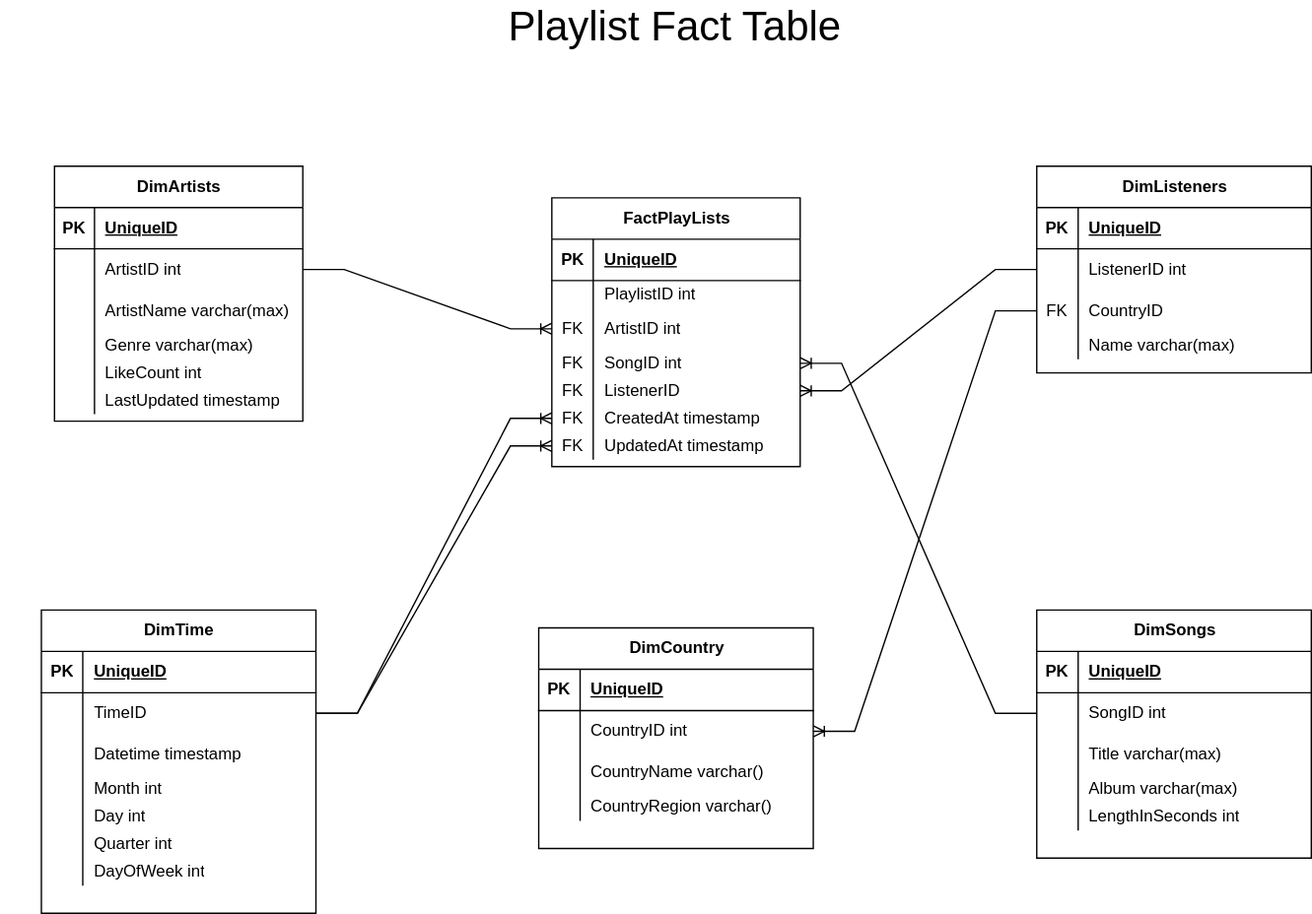
Earlier version of the draw.io export architecture_diagrams/playlist_erd.svg (johnlbellamy/Snowflake-ML-GenAI). Source tidied: cells renumbered, new cells last; positions are measured from the earlier drawing's top-left corner, leaving out a move shared by most shapes.
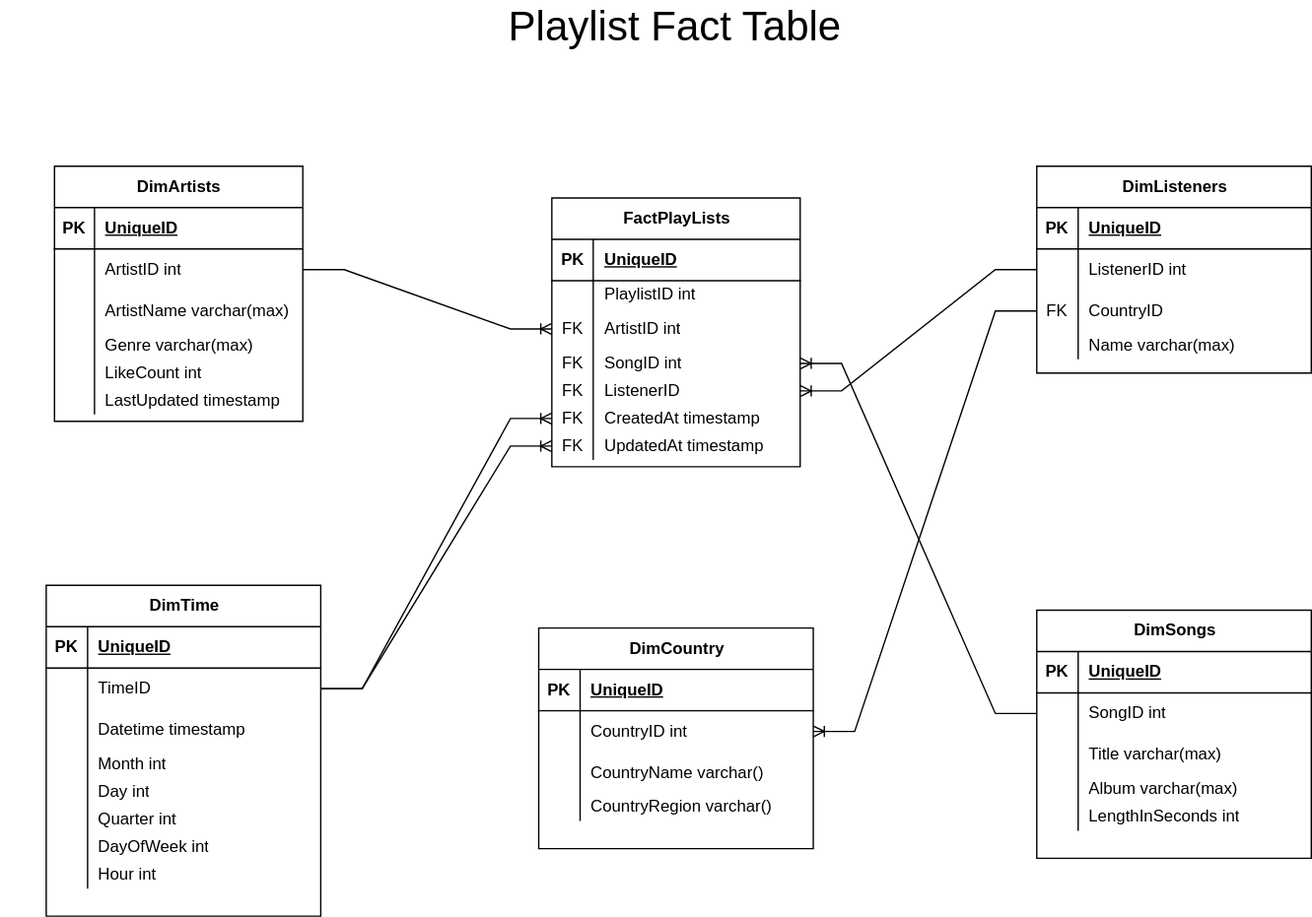
Above is the later version.

What changed in the source:
```diff
@@ -276,7 +276,7 @@
       <mxGeometry x="30" width="169" height="20" as="geometry" />
     </mxCell>
     <mxCell id="93" value="DimTime" style="shape=table;startSize=30;rowLines=0;fontStyle=1;align=center;html=1;" parent="1" vertex="1">
-      <mxGeometry x="29.5" y="439" width="199" height="220" as="geometry" />
+      <mxGeometry x="33" y="421" width="199" height="240" as="geometry" />
     </mxCell>
     <mxCell id="94" style="shape=tableRow;horizontal=0;startSize=0;swimlaneHead=0;swimlaneBody=0;fillColor=none;top=0;left=0;right=0;bottom=1;" parent="93" vertex="1">
       <mxGeometry y="30" width="199" height="30" as="geometry" />
@@ -341,6 +341,15 @@
     <mxCell id="114" value="DayOfWeek int" style="shape=partialRectangle;fillColor=none;top=0;left=0;bottom=0;right=0;align=left;spacingLeft=6;overflow=hidden;whiteSpace=wrap;html=1;" parent="112" vertex="1">
       <mxGeometry x="30" width="169" height="20" as="geometry" />
     </mxCell>
+    <mxCell id="118" style="shape=tableRow;horizontal=0;startSize=0;swimlaneHead=0;swimlaneBody=0;fillColor=none;top=0;left=0;right=0;bottom=0;" parent="93" vertex="1">
+      <mxGeometry y="200" width="199" height="20" as="geometry" />
+    </mxCell>
+    <mxCell id="119" style="shape=partialRectangle;fillColor=none;top=0;left=0;bottom=0;right=0;overflow=hidden;whiteSpace=wrap;html=1;" parent="118" vertex="1">
+      <mxGeometry width="30" height="20" as="geometry" />
+    </mxCell>
+    <mxCell id="120" value="Hour int" style="shape=partialRectangle;fillColor=none;top=0;left=0;bottom=0;right=0;align=left;spacingLeft=6;overflow=hidden;whiteSpace=wrap;html=1;" parent="118" vertex="1">
+      <mxGeometry x="30" width="169" height="20" as="geometry" />
+    </mxCell>
     <mxCell id="115" style="edgeStyle=entityRelationEdgeStyle;fontSize=12;html=1;endArrow=ERoneToMany;rounded=0;exitX=0;exitY=0.5;exitDx=0;exitDy=0;entryX=1;entryY=0.5;entryDx=0;entryDy=0;" parent="1" edge="1" source="54" target="84">
       <mxGeometry relative="1" as="geometry" />
     </mxCell>
```
